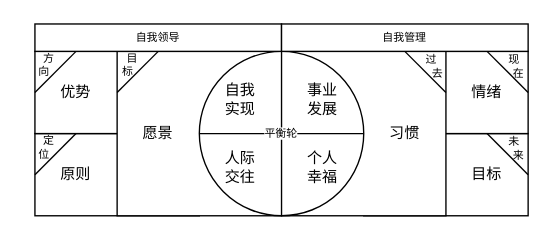
The draw.io diagram page "画布" (4 of 8) of 人生重启计划.drawio in youyusan/life_system, before the edit. Source tidied: cells renumbered, new cells numbered last; positions are measured from the earlier drawing's top-left corner, leaving out a move shared by most shapes. Both pictures are drawn from the tidied source at 137%, with x=0, y=0 at pixel (23, 23).
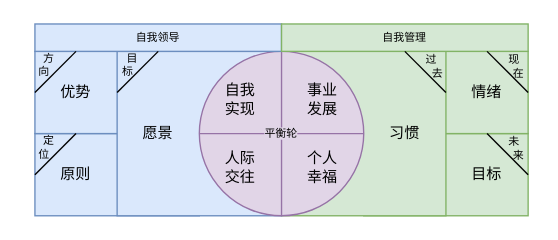
The same diagram, later.

What changed in the source:
```diff
@@
-    <mxCell id="2" style="rounded=0;whiteSpace=wrap;html=1;fontFamily=Helvetica;fontSize=11;labelBackgroundColor=none;" parent="1" vertex="1">
+    <mxCell id="2" style="rounded=0;whiteSpace=wrap;html=1;fontFamily=Helvetica;fontSize=11;labelBackgroundColor=none;fillColor=#d5e8d4;strokeColor=#82b366;" parent="1" vertex="1">
       <mxGeometry x="248" y="80" width="120" height="60" as="geometry" />
     </mxCell>
-    <mxCell id="3" style="rounded=0;whiteSpace=wrap;html=1;fontFamily=Helvetica;fontSize=11;labelBackgroundColor=none;" parent="1" vertex="1">
+    <mxCell id="3" style="rounded=0;whiteSpace=wrap;html=1;fontFamily=Helvetica;fontSize=11;labelBackgroundColor=none;fillColor=#d5e8d4;strokeColor=#82b366;" parent="1" vertex="1">
       <mxGeometry x="248" y="20" width="120" height="60" as="geometry" />
     </mxCell>
-    <mxCell id="4" style="whiteSpace=wrap;html=1;fontFamily=Helvetica;fontSize=11;labelBackgroundColor=none;" parent="1" vertex="1">
+    <mxCell id="4" style="whiteSpace=wrap;html=1;fontFamily=Helvetica;fontSize=11;labelBackgroundColor=none;fillColor=#d5e8d4;strokeColor=#82b366;" parent="1" vertex="1">
       <mxGeometry x="188" y="20" width="120" height="120" as="geometry" />
     </mxCell>
-    <mxCell id="5" style="rounded=0;whiteSpace=wrap;html=1;fontFamily=Helvetica;fontSize=11;labelBackgroundColor=none;" parent="1" vertex="1">
+    <mxCell id="5" style="rounded=0;whiteSpace=wrap;html=1;fontFamily=Helvetica;fontSize=11;labelBackgroundColor=none;fillColor=#dae8fc;strokeColor=#6c8ebf;" parent="1" vertex="1">
       <mxGeometry x="8" y="80" width="120" height="60" as="geometry" />
     </mxCell>
-    <mxCell id="6" style="rounded=0;whiteSpace=wrap;html=1;fontFamily=Helvetica;fontSize=11;labelBackgroundColor=none;" parent="1" vertex="1">
+    <mxCell id="6" style="rounded=0;whiteSpace=wrap;html=1;fontFamily=Helvetica;fontSize=11;labelBackgroundColor=none;fillColor=#dae8fc;strokeColor=#6c8ebf;" parent="1" vertex="1">
       <mxGeometry x="8" y="20" width="120" height="60" as="geometry" />
     </mxCell>
-    <mxCell id="7" style="whiteSpace=wrap;html=1;fontFamily=Helvetica;fontSize=11;labelBackgroundColor=none;" parent="1" vertex="1">
+    <mxCell id="7" style="whiteSpace=wrap;html=1;fontFamily=Helvetica;fontSize=11;labelBackgroundColor=none;fillColor=#dae8fc;strokeColor=#6c8ebf;" parent="1" vertex="1">
       <mxGeometry x="68" y="20" width="120" height="120" as="geometry" />
     </mxCell>
-    <mxCell id="8" value="&lt;span style=&quot;background-color: rgb(255, 255, 255);&quot;&gt;平衡轮&lt;/span&gt;" style="shape=orEllipse;perimeter=ellipsePerimeter;whiteSpace=wrap;html=1;backgroundOutline=1;fontFamily=Helvetica;fontSize=8;labelBackgroundColor=none;" parent="1" vertex="1">
+    <mxCell id="8" value="&lt;span style=&quot;&quot;&gt;平衡轮&lt;/span&gt;" style="shape=orEllipse;perimeter=ellipsePerimeter;whiteSpace=wrap;html=1;backgroundOutline=1;fontFamily=Helvetica;fontSize=8;labelBackgroundColor=#E1D6E8;fillColor=#e1d5e7;strokeColor=#9673a6;" parent="1" vertex="1">
       <mxGeometry x="128" y="20" width="120" height="120" as="geometry" />
     </mxCell>
@@
-    <mxCell id="19" value="自我领导" style="rounded=0;whiteSpace=wrap;html=1;fontFamily=Helvetica;fontSize=8;labelBackgroundColor=none;" parent="1" vertex="1">
+    <mxCell id="19" value="自我领导" style="rounded=0;whiteSpace=wrap;html=1;fontFamily=Helvetica;fontSize=8;labelBackgroundColor=none;fillColor=#dae8fc;strokeColor=#6c8ebf;" parent="1" vertex="1">
       <mxGeometry x="8" width="180" height="20" as="geometry" />
     </mxCell>
-    <mxCell id="20" value="自我管理" style="rounded=0;whiteSpace=wrap;html=1;fontFamily=Helvetica;fontSize=8;labelBackgroundColor=none;" parent="1" vertex="1">
+    <mxCell id="20" value="自我管理" style="rounded=0;whiteSpace=wrap;html=1;fontFamily=Helvetica;fontSize=8;labelBackgroundColor=none;fillColor=#d5e8d4;strokeColor=#82b366;" parent="1" vertex="1">
       <mxGeometry x="188" width="180" height="20" as="geometry" />
     </mxCell>
```
